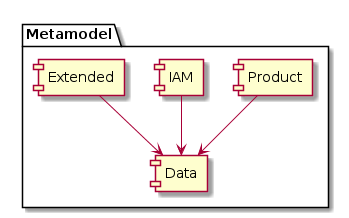
sogis/simi keeps this PlantUML diagram as modeldoc/resources/overview.png. Above is the earlier version. Its diagram source:
```plantuml
@startuml
package Metamodel {
  [Product] as prod
  [Data] as data
  [IAM] as iam
  [Extended] as ext
}


prod --> data
iam --> data
ext --> data
@enduml
```
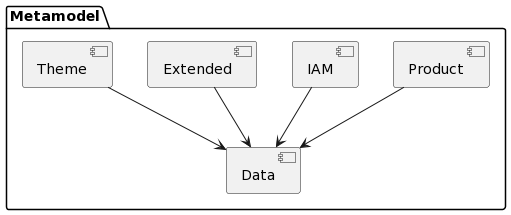
The same diagram one commit later.

Diff of the diagram source:
```diff
@@ -4,10 +4,11 @@
   [Data] as data
   [IAM] as iam
   [Extended] as ext
+  [Theme] as th
 }
-
 
 prod --> data
 iam --> data
 ext --> data
+th --> data
 @enduml
```
